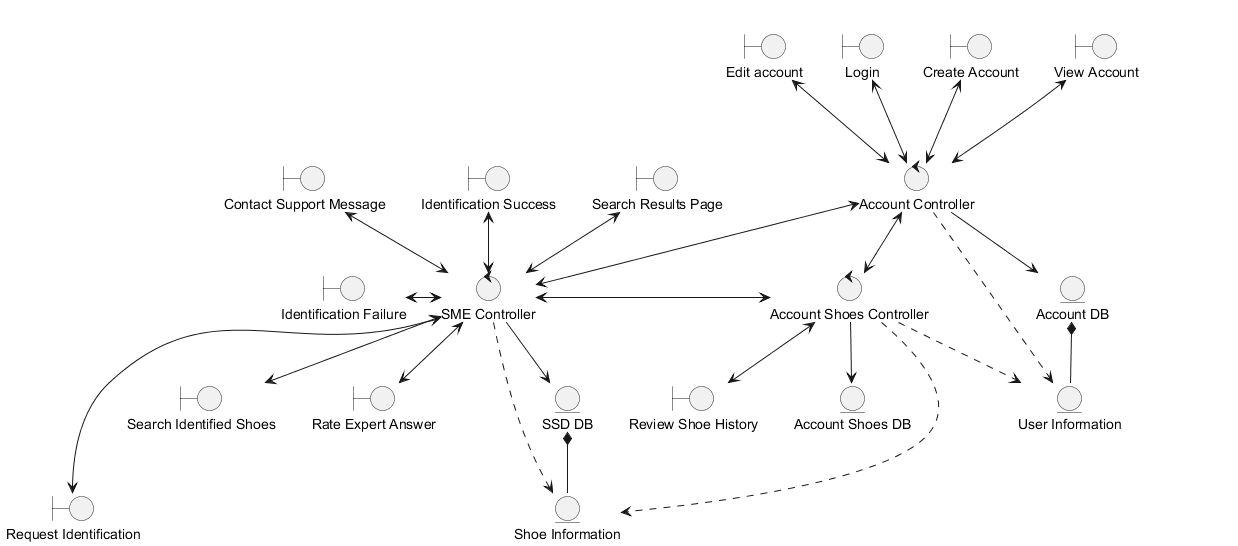
v5run/SoleMate keeps this PlantUML diagram as D2/analysisClassDiagram.png. Above is the earlier version. Its diagram source:
```plantuml
@startuml
A <<control>>
hide A

control "Account Controller" as c1
control "SME Controller" as c2
control "Account Shoes Controller" as c3

entity  "Account DB" as d1
entity  "User Information" as d2
entity  "Shoe Information" as d3
entity  "Account Shoes DB" as d4
entity  "SSD DB" as d5

boundary "Edit account" as b1
boundary "Login" as b2
boundary "Create Account" as b3
boundary "View Account" as b4
boundary "Review Shoe History" as b5
boundary "Identification Success" as b6
boundary "Identification Failure" as b7
boundary "Contact Support Message" as b8
boundary "Search Results Page" as b9
boundary "Request Identification" as b10
boundary "Search Identified Shoes" as b11
boundary "Rate Expert Answer" as b12


c1 <--> c2
c2 <-> c3
c1 <-> c3

c1 ..> d2
c1 --> d1
c2 ..> d3
c2 --> d5
c3 --> d4

c3 .> d3
c3 .> d2

d1 *-- d2
d5 *-- d3

b1 <--> c1
b2 <--> c1
b3 <--> c1
b4 <--> c1

c2 <-up-> b6
c2 <-left-> b7
c2 <-up-> b8
c2 <-up-> b9
c2 <---> b10
c2 <--> b11
c2 <-down-> b12

b5 <-up-> c3
@enduml
```
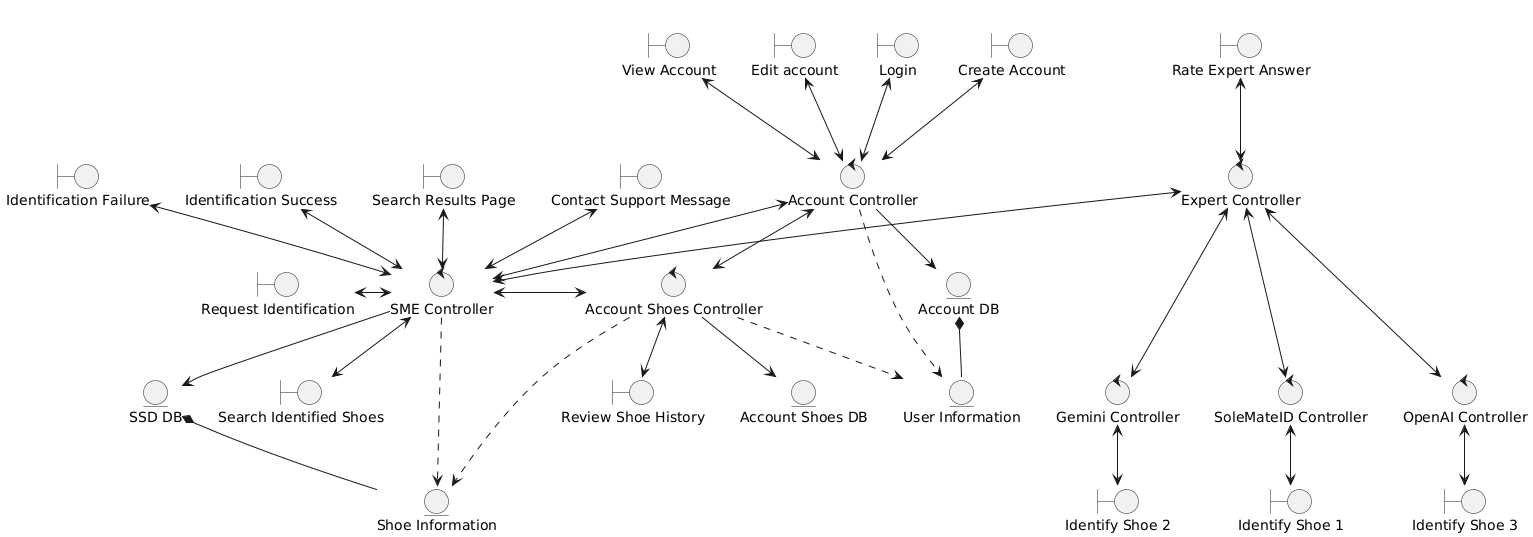
After the change.

Change to the diagram source:
```diff
@@ -5,6 +5,13 @@
 control "Account Controller" as c1
 control "SME Controller" as c2
 control "Account Shoes Controller" as c3
+control "OpenAI Controller" as c4
+control "SoleMateID Controller" as c5
+control "Gemini Controller" as c6
+control "Expert Controller" as c7
+
+
+
 
 entity  "Account DB" as d1
 entity  "User Information" as d2
@@ -24,11 +31,22 @@
 boundary "Request Identification" as b10
 boundary "Search Identified Shoes" as b11
 boundary "Rate Expert Answer" as b12
+boundary "Identify Shoe 1" as b13
+boundary "Identify Shoe 2" as b14
+boundary "Identify Shoe 3" as b15
+
+
 
 
 c1 <--> c2
 c2 <-> c3
 c1 <-> c3
+
+c7 <---> c4
+c7 <---> c5
+c7 <---> c6
+c7 <-down-> c2
+
 
 c1 ..> d2
 c1 --> d1
@@ -47,13 +65,17 @@
 b3 <--> c1
 b4 <--> c1
 
+b15 <-up-> c4
+b13 <-up-> c5
+b14 <-up-> c6
+
 c2 <-up-> b6
-c2 <-left-> b7
+c2 <-up-> b7
 c2 <-up-> b8
 c2 <-up-> b9
-c2 <---> b10
+c2 <-left-> b10
 c2 <--> b11
-c2 <-down-> b12
+c7 <-up-> b12
 
 b5 <-up-> c3
 @enduml
```
